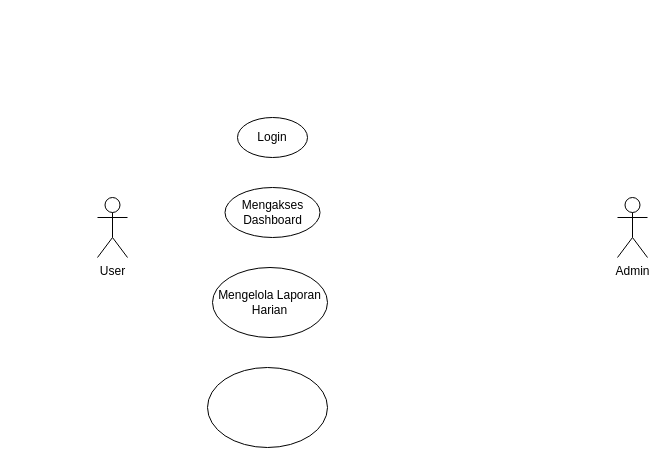
niflAkuy/MonitoringMagang keeps this draw.io diagram as Diagram Tanpa Judul.drawio. Above is the earlier version. Source tidied: cells renumbered, new cells numbered last; positions are measured from the earlier drawing's top-left corner, leaving out a move shared by most shapes. Both pictures are drawn from the tidied source at 100%, with x=0, y=0 at pixel (97, 117).
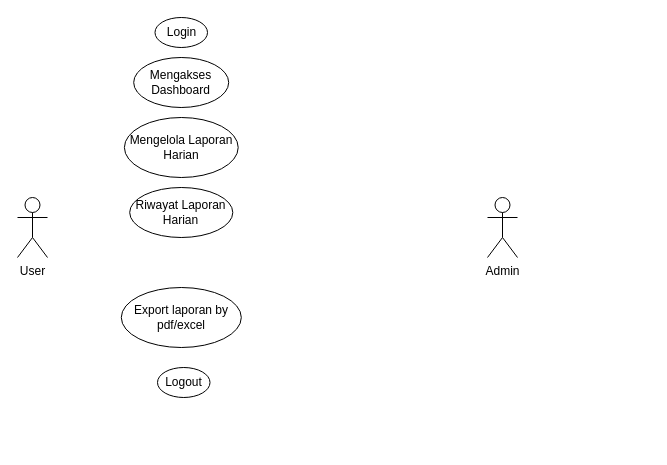
The same diagram, later.

What changed in the source:
```diff
@@
 <mxGraphModel>
   <root>
     <mxCell id="0" />
     <mxCell id="1" parent="0" />
     <mxCell id="2" value="User" style="shape=umlActor;verticalLabelPosition=bottom;verticalAlign=top;html=1;" parent="1" vertex="1">
-      <mxGeometry y="80" width="30" height="60" as="geometry" />
+      <mxGeometry x="-80" y="80" width="30" height="60" as="geometry" />
     </mxCell>
-    <mxCell id="3" value="Admin" style="shape=umlActor;verticalLabelPosition=bottom;verticalAlign=top;html=1;" parent="1" vertex="1">
-      <mxGeometry x="520" y="80" width="30" height="60" as="geometry" />
-    </mxCell>
     <mxCell id="4" value="Login" style="ellipse;whiteSpace=wrap;html=1;" parent="1" vertex="1">
-      <mxGeometry x="140" width="70" height="40" as="geometry" />
+      <mxGeometry x="57.5" y="-100" width="52.5" height="30" as="geometry" />
     </mxCell>
     <mxCell id="5" value="Mengakses Dashboard" style="ellipse;whiteSpace=wrap;html=1;" parent="1" vertex="1">
-      <mxGeometry x="127.5" y="70" width="95" height="50" as="geometry" />
+      <mxGeometry x="36.2" y="-60" width="95" height="50" as="geometry" />
     </mxCell>
     <mxCell id="6" value="Mengelola Laporan Harian" style="ellipse;whiteSpace=wrap;html=1;" parent="1" vertex="1">
-      <mxGeometry x="115" y="150" width="115" height="70" as="geometry" />
+      <mxGeometry x="26.9" width="113.8" height="60" as="geometry" />
     </mxCell>
-    <mxCell id="7" style="ellipse;whiteSpace=wrap;html=1;" parent="1" vertex="1">
-      <mxGeometry x="110" y="250" width="120" height="80" as="geometry" />
+    <mxCell id="7" value="Export laporan by pdf/excel" style="ellipse;whiteSpace=wrap;html=1;" parent="1" vertex="1">
+      <mxGeometry x="23.8" y="170" width="120" height="60" as="geometry" />
     </mxCell>
+    <mxCell id="8" value="Logout" style="ellipse;whiteSpace=wrap;html=1;" parent="1" vertex="1">
+      <mxGeometry x="60" y="250" width="52.5" height="30" as="geometry" />
+    </mxCell>
+    <mxCell id="9" value="Riwayat Laporan Harian" style="ellipse;whiteSpace=wrap;html=1;" parent="1" vertex="1">
+      <mxGeometry x="32.2" y="70" width="103.1" height="50" as="geometry" />
+    </mxCell>
+    <mxCell id="3" value="Admin" style="shape=umlActor;verticalLabelPosition=bottom;verticalAlign=top;html=1;" parent="1" vertex="1">
+      <mxGeometry x="390" y="80" width="30" height="60" as="geometry" />
+    </mxCell>
   </root>
 </mxGraphModel>
```
